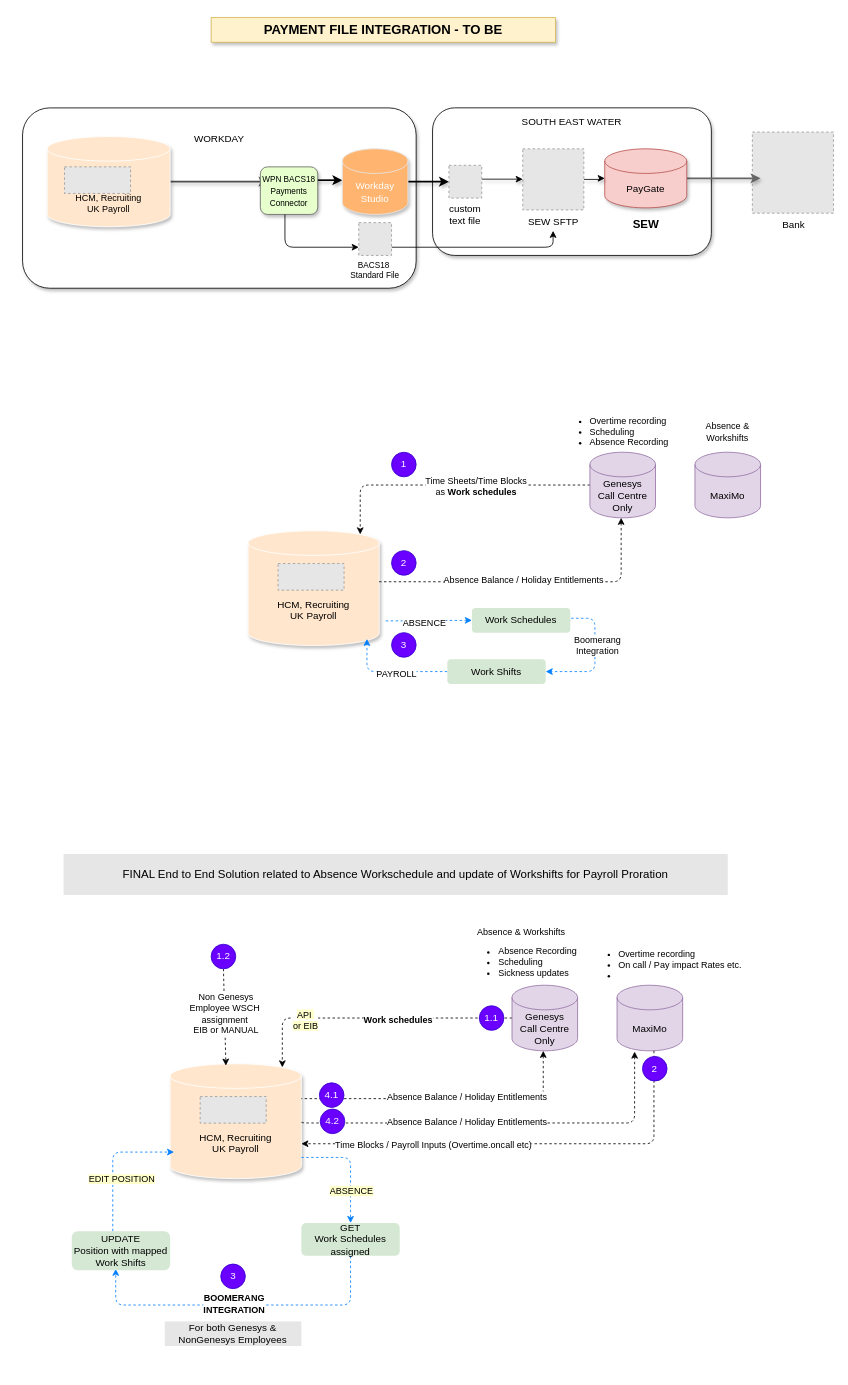
The draw.io diagram SEW Drawing Board for all topics.drawio in sandyaroma/sandyaroma, before the edit. Source tidied: cells renumbered, new cells numbered last; positions are measured from the earlier drawing's top-left corner, leaving out a move shared by most shapes. Both pictures are drawn from the tidied source at 82%, with x=0, y=0 at pixel (22, 17). Pictures stored in the file or linked from it are replaced by grey dashed boxes.
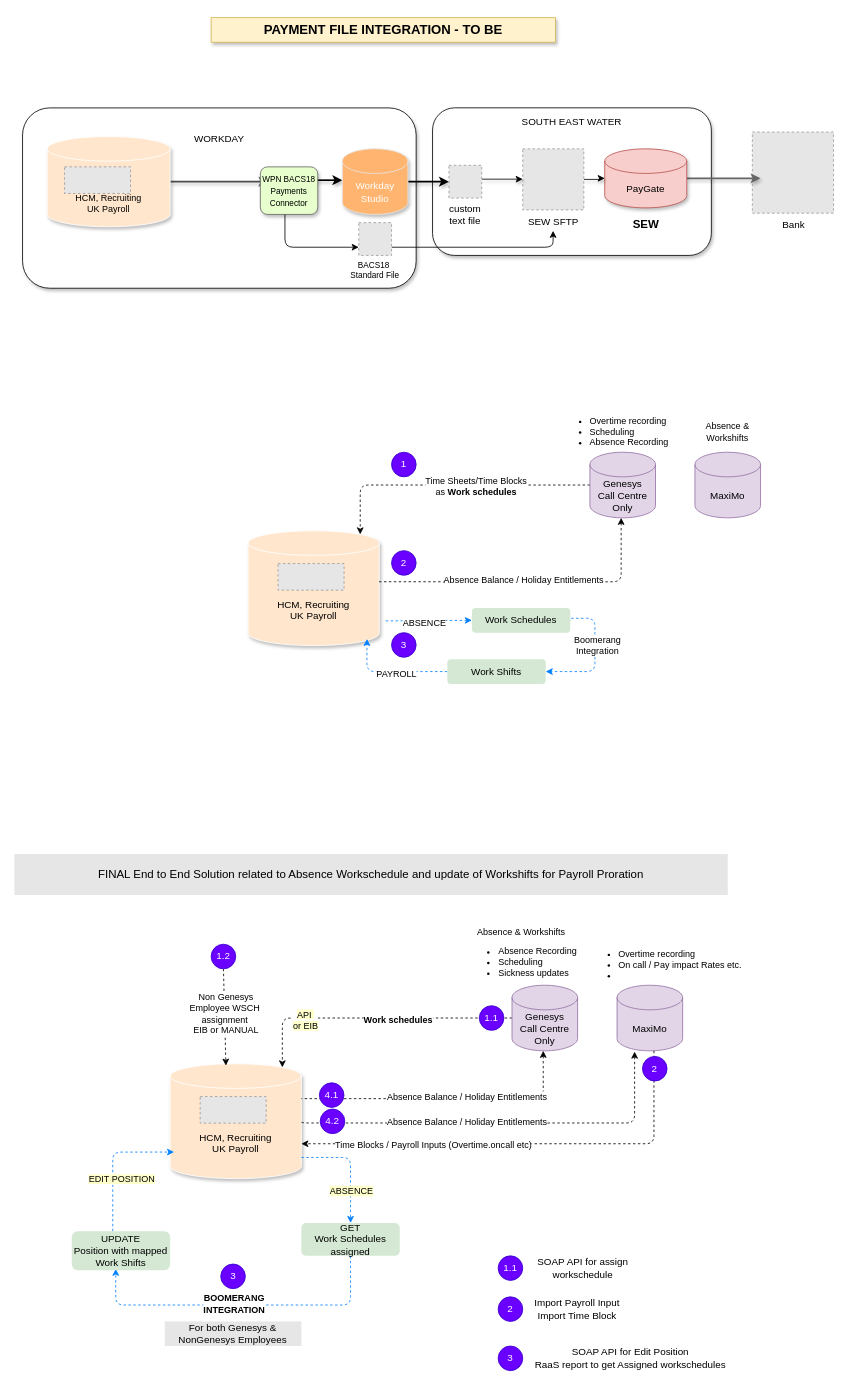
The same diagram, later.

What changed in the source:
```diff
@@
     <mxCell id="68" value="&lt;font style=&quot;font-size: 14px;&quot;&gt;FINAL End to End Solution related to Absence Workschedule and update of Workshifts for Payroll Proration&lt;/font&gt;" style="text;html=1;align=center;verticalAlign=middle;whiteSpace=wrap;rounded=0;fillColor=#E6E6E6;" parent="1" vertex="1">
-      <mxGeometry x="50" y="1020" width="810" height="50" as="geometry" />
+      <mxGeometry x="-10" y="1020" width="870" height="50" as="geometry" />
     </mxCell>
@@
+    <mxCell id="77" value="1.1" style="ellipse;whiteSpace=wrap;html=1;fillColor=#6a00ff;strokeColor=#3700CC;fontColor=#ffffff;" parent="1" vertex="1">
+      <mxGeometry x="580" y="1510" width="30" height="30" as="geometry" />
+    </mxCell>
+    <mxCell id="78" value="SOAP API for assign workschedule" style="text;html=1;align=center;verticalAlign=middle;whiteSpace=wrap;rounded=0;" parent="1" vertex="1">
+      <mxGeometry x="617.2" y="1510" width="132.8" height="30" as="geometry" />
+    </mxCell>
+    <mxCell id="79" value="2" style="ellipse;whiteSpace=wrap;html=1;fillColor=#6a00ff;strokeColor=#3700CC;fontColor=#ffffff;" parent="1" vertex="1">
+      <mxGeometry x="580" y="1560" width="30" height="30" as="geometry" />
+    </mxCell>
+    <mxCell id="80" value="Import Payroll Input&lt;div&gt;Import Time Block&lt;/div&gt;" style="text;html=1;align=center;verticalAlign=middle;whiteSpace=wrap;rounded=0;" parent="1" vertex="1">
+      <mxGeometry x="610" y="1560" width="132.8" height="30" as="geometry" />
+    </mxCell>
+    <mxCell id="81" value="3" style="ellipse;whiteSpace=wrap;html=1;fillColor=#6a00ff;strokeColor=#3700CC;fontColor=#ffffff;" parent="1" vertex="1">
+      <mxGeometry x="580" y="1620" width="30" height="30" as="geometry" />
+    </mxCell>
+    <mxCell id="82" value="SOAP API for Edit Position&lt;div&gt;RaaS report to get Assigned workschedules&lt;/div&gt;" style="text;html=1;align=center;verticalAlign=middle;whiteSpace=wrap;rounded=0;" parent="1" vertex="1">
+      <mxGeometry x="623.2" y="1620" width="236.8" height="30" as="geometry" />
+    </mxCell>
```
